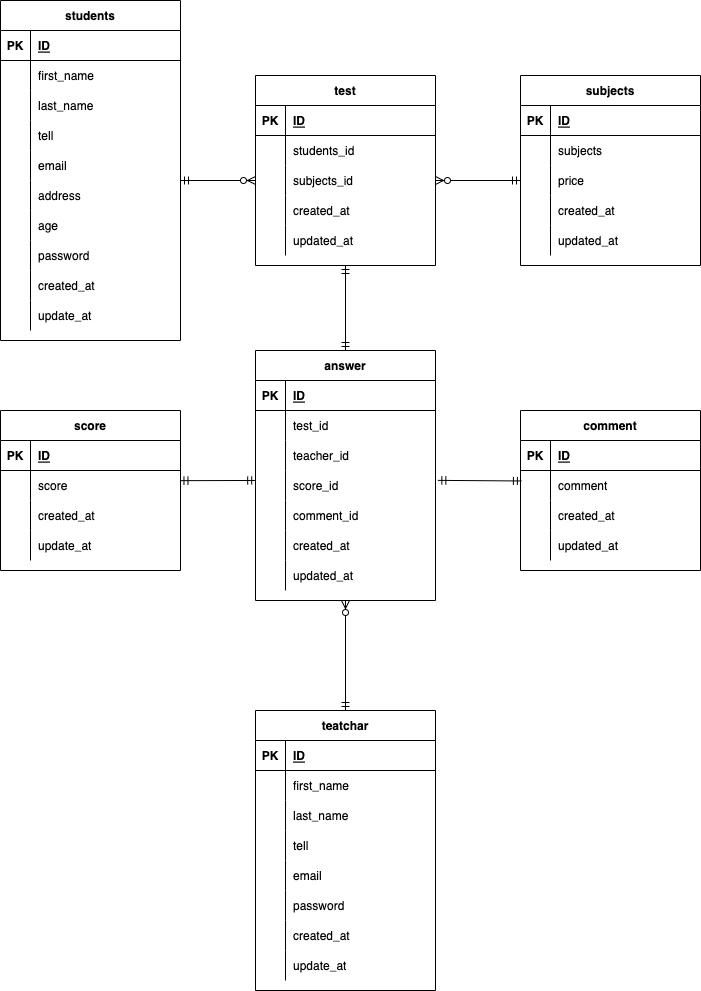
Above: index.drawio.png in kubo-haruka/database_8_test (draw.io), before the change. Source tidied: cells renumbered, new cells last; positions are measured from the earlier drawing's top-left corner, leaving out a move shared by most shapes.
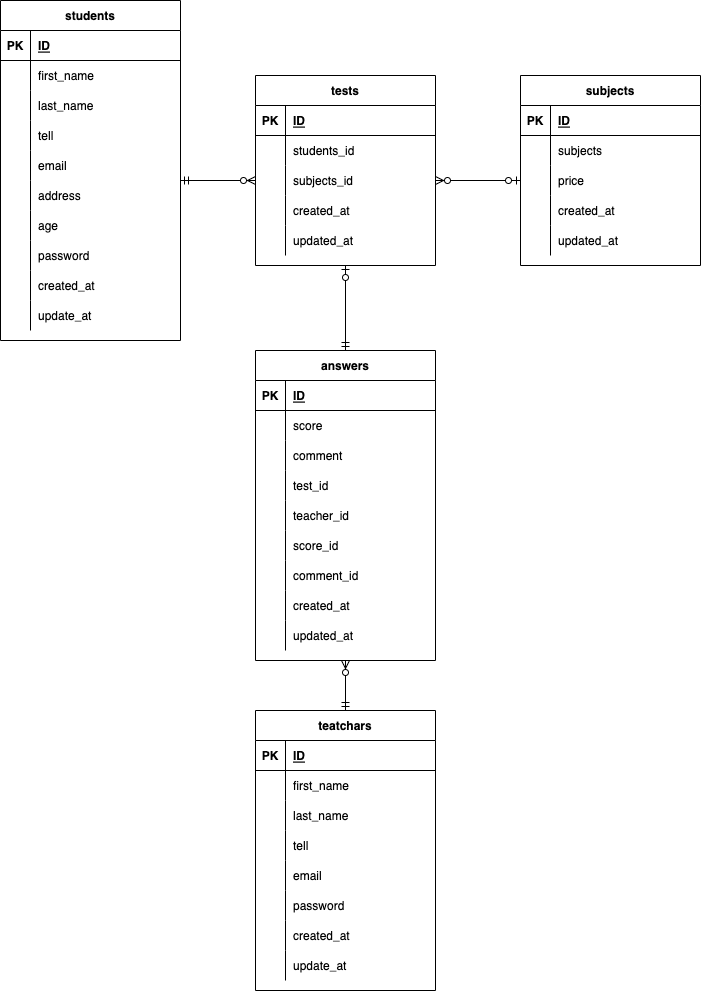
After the change.

The edit, as a diff of the source:
```diff
@@ -95,7 +95,7 @@
     <mxCell id="32" value="update_at" style="shape=partialRectangle;fillColor=none;top=0;left=0;bottom=0;right=0;align=left;spacingLeft=6;overflow=hidden;" parent="30" vertex="1">
       <mxGeometry x="30" width="150" height="30" as="geometry" />
     </mxCell>
-    <mxCell id="33" value="teatchar" style="shape=table;startSize=30;rowLines=0;fontStyle=1;align=center;" parent="1" vertex="1">
+    <mxCell id="33" value="teatchars" style="shape=table;startSize=30;rowLines=0;fontStyle=1;align=center;" parent="1" vertex="1">
       <mxGeometry x="255" y="710" width="180" height="280" as="geometry" />
     </mxCell>
     <mxCell id="34" style="shape=partialRectangle;fillColor=none;top=0;left=0;bottom=1;right=0;" parent="33" vertex="1">
@@ -218,85 +218,7 @@
     <mxCell id="73" value="updated_at" style="shape=partialRectangle;fillColor=none;top=0;left=0;bottom=0;right=0;align=left;spacingLeft=6;overflow=hidden;" parent="71" vertex="1">
       <mxGeometry x="30" width="150" height="30" as="geometry" />
     </mxCell>
-    <mxCell id="74" value="comment" style="shape=table;startSize=30;rowLines=0;fontStyle=1;align=center;" parent="1" vertex="1">
-      <mxGeometry x="520" y="410" width="180" height="160" as="geometry" />
-    </mxCell>
-    <mxCell id="75" style="shape=partialRectangle;fillColor=none;top=0;left=0;bottom=1;right=0;" parent="74" vertex="1">
-      <mxGeometry y="30" width="180" height="30" as="geometry" />
-    </mxCell>
-    <mxCell id="76" value="PK" style="shape=partialRectangle;fillColor=none;top=0;left=0;bottom=0;right=0;fontStyle=1;overflow=hidden;" parent="75" vertex="1">
-      <mxGeometry width="30" height="30" as="geometry" />
-    </mxCell>
-    <mxCell id="77" value="ID" style="shape=partialRectangle;fillColor=none;top=0;left=0;bottom=0;right=0;align=left;spacingLeft=6;fontStyle=5;overflow=hidden;" parent="75" vertex="1">
-      <mxGeometry x="30" width="150" height="30" as="geometry" />
-    </mxCell>
-    <mxCell id="78" style="shape=partialRectangle;fillColor=none;top=0;left=0;bottom=0;right=0;points=[[0,0.5],[1,0.5]];portConstraint=eastwest;" parent="74" vertex="1">
-      <mxGeometry y="60" width="180" height="30" as="geometry" />
-    </mxCell>
-    <mxCell id="79" style="shape=partialRectangle;fillColor=none;top=0;left=0;bottom=0;right=0;overflow=hidden;" parent="78" vertex="1">
-      <mxGeometry width="30" height="30" as="geometry" />
-    </mxCell>
-    <mxCell id="80" value="comment" style="shape=partialRectangle;fillColor=none;top=0;left=0;bottom=0;right=0;align=left;spacingLeft=6;overflow=hidden;" parent="78" vertex="1">
-      <mxGeometry x="30" width="150" height="30" as="geometry" />
-    </mxCell>
-    <mxCell id="81" style="shape=partialRectangle;fillColor=none;top=0;left=0;bottom=0;right=0;" parent="74" vertex="1">
-      <mxGeometry y="90" width="180" height="30" as="geometry" />
-    </mxCell>
-    <mxCell id="82" style="shape=partialRectangle;fillColor=none;top=0;left=0;bottom=0;right=0;overflow=hidden;" parent="81" vertex="1">
-      <mxGeometry width="30" height="30" as="geometry" />
-    </mxCell>
-    <mxCell id="83" value="created_at" style="shape=partialRectangle;fillColor=none;top=0;left=0;bottom=0;right=0;align=left;spacingLeft=6;overflow=hidden;" parent="81" vertex="1">
-      <mxGeometry x="30" width="150" height="30" as="geometry" />
-    </mxCell>
-    <mxCell id="84" style="shape=partialRectangle;fillColor=none;top=0;left=0;bottom=0;right=0;" parent="74" vertex="1">
-      <mxGeometry y="120" width="180" height="30" as="geometry" />
-    </mxCell>
-    <mxCell id="85" style="shape=partialRectangle;fillColor=none;top=0;left=0;bottom=0;right=0;overflow=hidden;" parent="84" vertex="1">
-      <mxGeometry width="30" height="30" as="geometry" />
-    </mxCell>
-    <mxCell id="86" value="updated_at" style="shape=partialRectangle;fillColor=none;top=0;left=0;bottom=0;right=0;align=left;spacingLeft=6;overflow=hidden;" parent="84" vertex="1">
-      <mxGeometry x="30" width="150" height="30" as="geometry" />
-    </mxCell>
-    <mxCell id="87" value="score" style="shape=table;startSize=30;rowLines=0;fontStyle=1;align=center;" parent="1" vertex="1">
-      <mxGeometry y="410" width="180" height="160" as="geometry" />
-    </mxCell>
-    <mxCell id="88" style="shape=partialRectangle;fillColor=none;top=0;left=0;bottom=1;right=0;" parent="87" vertex="1">
-      <mxGeometry y="30" width="180" height="30" as="geometry" />
-    </mxCell>
-    <mxCell id="89" value="PK" style="shape=partialRectangle;fillColor=none;top=0;left=0;bottom=0;right=0;fontStyle=1;overflow=hidden;" parent="88" vertex="1">
-      <mxGeometry width="30" height="30" as="geometry" />
-    </mxCell>
-    <mxCell id="90" value="ID" style="shape=partialRectangle;fillColor=none;top=0;left=0;bottom=0;right=0;align=left;spacingLeft=6;fontStyle=5;overflow=hidden;" parent="88" vertex="1">
-      <mxGeometry x="30" width="150" height="30" as="geometry" />
-    </mxCell>
-    <mxCell id="91" style="shape=partialRectangle;fillColor=none;top=0;left=0;bottom=0;right=0;points=[[0,0.5],[1,0.5]];portConstraint=eastwest;" parent="87" vertex="1">
-      <mxGeometry y="60" width="180" height="30" as="geometry" />
-    </mxCell>
-    <mxCell id="92" style="shape=partialRectangle;fillColor=none;top=0;left=0;bottom=0;right=0;overflow=hidden;" parent="91" vertex="1">
-      <mxGeometry width="30" height="30" as="geometry" />
-    </mxCell>
-    <mxCell id="93" value="score" style="shape=partialRectangle;fillColor=none;top=0;left=0;bottom=0;right=0;align=left;spacingLeft=6;overflow=hidden;" parent="91" vertex="1">
-      <mxGeometry x="30" width="150" height="30" as="geometry" />
-    </mxCell>
-    <mxCell id="94" style="shape=partialRectangle;fillColor=none;top=0;left=0;bottom=0;right=0;" parent="87" vertex="1">
-      <mxGeometry y="90" width="180" height="30" as="geometry" />
-    </mxCell>
-    <mxCell id="95" style="shape=partialRectangle;fillColor=none;top=0;left=0;bottom=0;right=0;overflow=hidden;" parent="94" vertex="1">
-      <mxGeometry width="30" height="30" as="geometry" />
-    </mxCell>
-    <mxCell id="96" value="created_at" style="shape=partialRectangle;fillColor=none;top=0;left=0;bottom=0;right=0;align=left;spacingLeft=6;overflow=hidden;" parent="94" vertex="1">
-      <mxGeometry x="30" width="150" height="30" as="geometry" />
-    </mxCell>
-    <mxCell id="97" style="shape=partialRectangle;fillColor=none;top=0;left=0;bottom=0;right=0;" parent="87" vertex="1">
-      <mxGeometry y="120" width="180" height="30" as="geometry" />
-    </mxCell>
-    <mxCell id="98" style="shape=partialRectangle;fillColor=none;top=0;left=0;bottom=0;right=0;overflow=hidden;" parent="97" vertex="1">
-      <mxGeometry width="30" height="30" as="geometry" />
-    </mxCell>
-    <mxCell id="99" value="update_at" style="shape=partialRectangle;fillColor=none;top=0;left=0;bottom=0;right=0;align=left;spacingLeft=6;overflow=hidden;" parent="97" vertex="1">
-      <mxGeometry x="30" width="150" height="30" as="geometry" />
-    </mxCell>
-    <mxCell id="100" value="test" style="shape=table;startSize=30;rowLines=0;fontStyle=1;align=center;" parent="1" vertex="1">
+    <mxCell id="100" value="tests" style="shape=table;startSize=30;rowLines=0;fontStyle=1;align=center;" parent="1" vertex="1">
       <mxGeometry x="255" y="75" width="180" height="190" as="geometry" />
     </mxCell>
     <mxCell id="101" style="shape=partialRectangle;fillColor=none;top=0;left=0;bottom=1;right=0;" parent="100" vertex="1">
@@ -344,8 +266,8 @@
     <mxCell id="115" value="updated_at" style="shape=partialRectangle;fillColor=none;top=0;left=0;bottom=0;right=0;align=left;spacingLeft=6;overflow=hidden;" parent="113" vertex="1">
       <mxGeometry x="30" width="150" height="30" as="geometry" />
     </mxCell>
-    <mxCell id="116" value="answer" style="shape=table;startSize=30;rowLines=0;fontStyle=1;align=center;" parent="1" vertex="1">
-      <mxGeometry x="255" y="350" width="180" height="250" as="geometry" />
+    <mxCell id="116" value="answers" style="shape=table;startSize=30;rowLines=0;fontStyle=1;align=center;" parent="1" vertex="1">
+      <mxGeometry x="255" y="350" width="180" height="310" as="geometry" />
     </mxCell>
     <mxCell id="117" style="shape=partialRectangle;fillColor=none;top=0;left=0;bottom=1;right=0;" parent="116" vertex="1">
       <mxGeometry y="30" width="180" height="30" as="geometry" />
@@ -356,8 +278,26 @@
     <mxCell id="119" value="ID" style="shape=partialRectangle;fillColor=none;top=0;left=0;bottom=0;right=0;align=left;spacingLeft=6;fontStyle=5;overflow=hidden;" parent="117" vertex="1">
       <mxGeometry x="30" width="150" height="30" as="geometry" />
     </mxCell>
+    <mxCell id="144" style="shape=partialRectangle;fillColor=none;top=0;left=0;bottom=0;right=0;" parent="116" vertex="1">
+      <mxGeometry y="60" width="180" height="30" as="geometry" />
+    </mxCell>
+    <mxCell id="145" style="shape=partialRectangle;fillColor=none;top=0;left=0;bottom=0;right=0;overflow=hidden;" parent="144" vertex="1">
+      <mxGeometry width="30" height="30" as="geometry" />
+    </mxCell>
+    <mxCell id="93" value="score" style="shape=partialRectangle;fillColor=none;top=0;left=0;bottom=0;right=0;align=left;spacingLeft=6;overflow=hidden;" parent="144" vertex="1">
+      <mxGeometry x="30" width="150" height="30" as="geometry" />
+    </mxCell>
+    <mxCell id="146" style="shape=partialRectangle;fillColor=none;top=0;left=0;bottom=0;right=0;" parent="116" vertex="1">
+      <mxGeometry y="90" width="180" height="30" as="geometry" />
+    </mxCell>
+    <mxCell id="147" style="shape=partialRectangle;fillColor=none;top=0;left=0;bottom=0;right=0;overflow=hidden;" parent="146" vertex="1">
+      <mxGeometry width="30" height="30" as="geometry" />
+    </mxCell>
+    <mxCell id="80" value="comment" style="shape=partialRectangle;fillColor=none;top=0;left=0;bottom=0;right=0;align=left;spacingLeft=6;overflow=hidden;" parent="146" vertex="1">
+      <mxGeometry x="30" width="150" height="30" as="geometry" />
+    </mxCell>
     <mxCell id="120" style="shape=partialRectangle;fillColor=none;top=0;left=0;bottom=0;right=0;" parent="116" vertex="1">
-      <mxGeometry y="60" width="180" height="30" as="geometry" />
+      <mxGeometry y="120" width="180" height="30" as="geometry" />
     </mxCell>
     <mxCell id="121" style="shape=partialRectangle;fillColor=none;top=0;left=0;bottom=0;right=0;overflow=hidden;" parent="120" vertex="1">
       <mxGeometry width="30" height="30" as="geometry" />
@@ -366,7 +306,7 @@
       <mxGeometry x="30" width="150" height="30" as="geometry" />
     </mxCell>
     <mxCell id="123" style="shape=partialRectangle;fillColor=none;top=0;left=0;bottom=0;right=0;" parent="116" vertex="1">
-      <mxGeometry y="90" width="180" height="30" as="geometry" />
+      <mxGeometry y="150" width="180" height="30" as="geometry" />
     </mxCell>
     <mxCell id="124" style="shape=partialRectangle;fillColor=none;top=0;left=0;bottom=0;right=0;overflow=hidden;" parent="123" vertex="1">
       <mxGeometry width="30" height="30" as="geometry" />
@@ -375,7 +315,7 @@
       <mxGeometry x="30" width="150" height="30" as="geometry" />
     </mxCell>
     <mxCell id="126" style="shape=partialRectangle;fillColor=none;top=0;left=0;bottom=0;right=0;points=[[0,0.5],[1,0.5]];portConstraint=eastwest;" parent="116" vertex="1">
-      <mxGeometry y="120" width="180" height="30" as="geometry" />
+      <mxGeometry y="180" width="180" height="30" as="geometry" />
     </mxCell>
     <mxCell id="127" style="shape=partialRectangle;fillColor=none;top=0;left=0;bottom=0;right=0;overflow=hidden;" parent="126" vertex="1">
       <mxGeometry width="30" height="30" as="geometry" />
@@ -384,7 +324,7 @@
       <mxGeometry x="30" width="150" height="30" as="geometry" />
     </mxCell>
     <mxCell id="129" style="shape=partialRectangle;fillColor=none;top=0;left=0;bottom=0;right=0;" parent="116" vertex="1">
-      <mxGeometry y="150" width="180" height="30" as="geometry" />
+      <mxGeometry y="210" width="180" height="30" as="geometry" />
     </mxCell>
     <mxCell id="130" style="shape=partialRectangle;fillColor=none;top=0;left=0;bottom=0;right=0;overflow=hidden;" parent="129" vertex="1">
       <mxGeometry width="30" height="30" as="geometry" />
@@ -393,7 +333,7 @@
       <mxGeometry x="30" width="150" height="30" as="geometry" />
     </mxCell>
     <mxCell id="132" style="shape=partialRectangle;fillColor=none;top=0;left=0;bottom=0;right=0;" parent="116" vertex="1">
-      <mxGeometry y="180" width="180" height="30" as="geometry" />
+      <mxGeometry y="240" width="180" height="30" as="geometry" />
     </mxCell>
     <mxCell id="133" style="shape=partialRectangle;fillColor=none;top=0;left=0;bottom=0;right=0;overflow=hidden;" parent="132" vertex="1">
       <mxGeometry width="30" height="30" as="geometry" />
@@ -402,7 +342,7 @@
       <mxGeometry x="30" width="150" height="30" as="geometry" />
     </mxCell>
     <mxCell id="135" style="shape=partialRectangle;fillColor=none;top=0;left=0;bottom=0;right=0;" parent="116" vertex="1">
-      <mxGeometry y="210" width="180" height="30" as="geometry" />
+      <mxGeometry y="270" width="180" height="30" as="geometry" />
     </mxCell>
     <mxCell id="136" style="shape=partialRectangle;fillColor=none;top=0;left=0;bottom=0;right=0;overflow=hidden;" parent="135" vertex="1">
       <mxGeometry width="30" height="30" as="geometry" />
@@ -415,20 +355,14 @@
         <mxPoint x="180" y="180" as="sourcePoint" />
       </mxGeometry>
     </mxCell>
+    <mxCell id="143" style="fontSize=12;html=1;endArrow=ERzeroToMany;startArrow=ERmandOne;exitX=0.5;exitY=0;exitDx=0;exitDy=0;entryX=0.5;entryY=1;entryDx=0;entryDy=0;" parent="1" edge="1" source="33" target="116">
+      <mxGeometry relative="1" as="geometry" />
+    </mxCell>
-    <mxCell id="139" style="fontSize=12;html=1;endArrow=ERzeroToMany;startArrow=ERmandOne;entryX=1;entryY=0.5;entryDx=0;entryDy=0;exitX=0;exitY=0.5;exitDx=0;exitDy=0;" parent="1" edge="1" source="65" target="107">
+    <mxCell id="139" style="fontSize=12;html=1;endArrow=ERzeroToMany;startArrow=ERzeroToOne;exitX=0;exitY=0.5;exitDx=0;exitDy=0;entryX=1;entryY=0.5;entryDx=0;entryDy=0;" parent="1" edge="1" source="65" target="107">
       <mxGeometry relative="1" as="geometry" />
     </mxCell>
-    <mxCell id="140" style="fontSize=12;html=1;endArrow=ERmandOne;startArrow=ERmandOne;exitX=0.5;exitY=0;exitDx=0;exitDy=0;entryX=0.5;entryY=1;entryDx=0;entryDy=0;" parent="1" edge="1" source="116" target="100">
+    <mxCell id="140" style="fontSize=12;html=1;endArrow=ERzeroToOne;startArrow=ERmandOne;exitX=0.5;exitY=0;exitDx=0;exitDy=0;entryX=0.5;entryY=1;entryDx=0;entryDy=0;" parent="1" edge="1" source="116" target="100">
       <mxGeometry relative="1" as="geometry" />
     </mxCell>
-    <mxCell id="141" style="fontSize=12;html=1;endArrow=ERmandOne;startArrow=ERmandOne;exitX=1.013;exitY=0.329;exitDx=0;exitDy=0;exitPerimeter=0;entryX=0.005;entryY=0.349;entryDx=0;entryDy=0;entryPerimeter=0;" parent="1" edge="1" source="126" target="78">
-      <mxGeometry relative="1" as="geometry" />
-    </mxCell>
-    <mxCell id="142" style="fontSize=12;html=1;endArrow=ERmandOne;startArrow=ERmandOne;entryX=0.001;entryY=0.332;entryDx=0;entryDy=0;entryPerimeter=0;exitX=0.997;exitY=0.339;exitDx=0;exitDy=0;exitPerimeter=0;" parent="1" edge="1" source="91" target="126">
-      <mxGeometry relative="1" as="geometry" />
-    </mxCell>
-    <mxCell id="143" style="fontSize=12;html=1;endArrow=ERzeroToMany;startArrow=ERmandOne;exitX=0.5;exitY=0;exitDx=0;exitDy=0;entryX=0.5;entryY=1;entryDx=0;entryDy=0;" parent="1" edge="1" source="33" target="116">
-      <mxGeometry relative="1" as="geometry" />
-    </mxCell>
   </root>
 </mxGraphModel>
```
